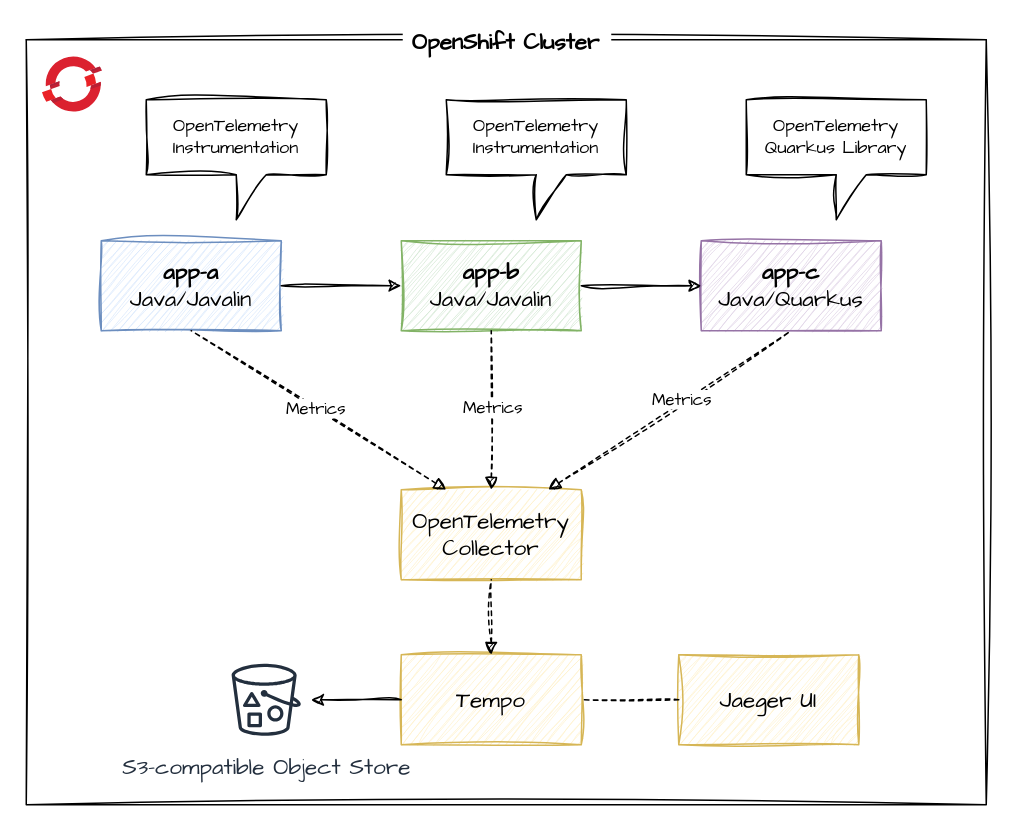
Earlier version of the draw.io diagram page "tempo-tracing-ui" (6 of 6) of presentation/draws.drawio (nikolaus-lemberski/distributed-tracing). Source tidied: cells renumbered, new cells numbered last; positions are measured from the earlier drawing's top-left corner, leaving out a move shared by most shapes. Both pictures are drawn from the tidied source at 150%, with x=0, y=0 at pixel (26, 39).
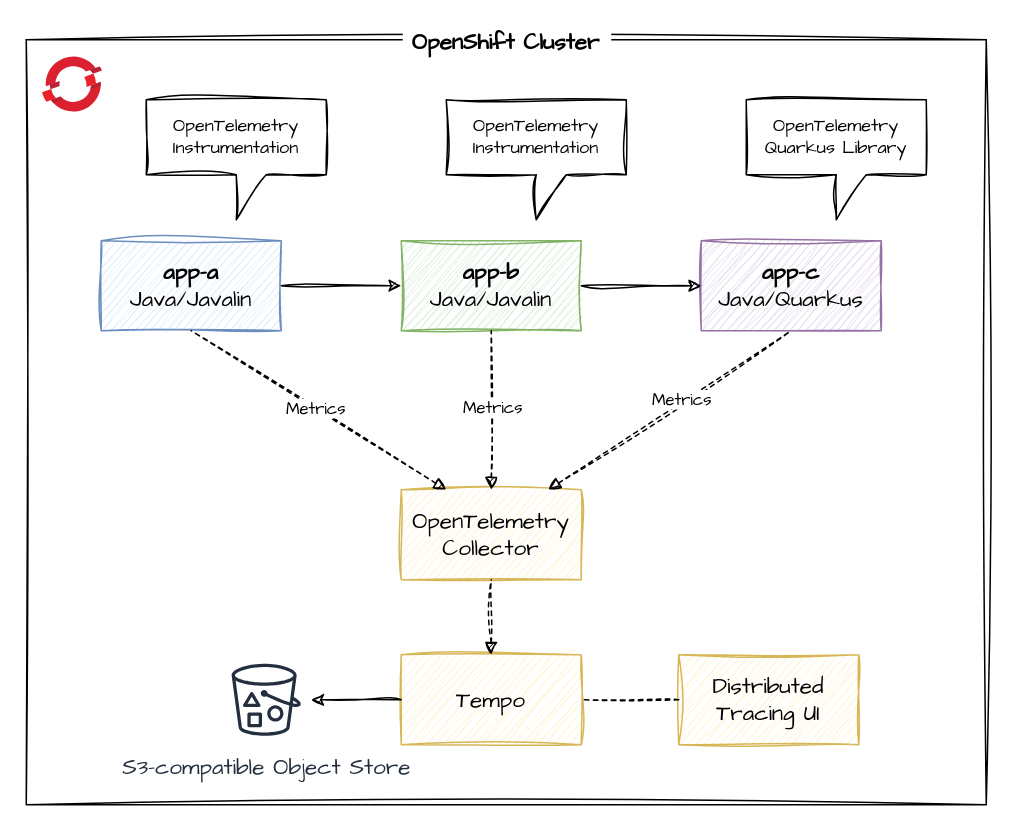
The same page after the edit.

Commit message (it also covers changes not shown here):
Jaeger -> Distributed Tracing UI

Diff of the diagram source:
```diff
@@
-    <mxCell id="16" value="Jaeger UI" style="rounded=0;whiteSpace=wrap;html=1;sketch=1;hachureGap=4;jiggle=2;curveFitting=1;fontFamily=Architects Daughter;fontSize=15;fillColor=#fff2cc;strokeColor=#d6b656;" parent="1" vertex="1">
+    <mxCell id="16" value="Distributed Tracing UI" style="rounded=0;whiteSpace=wrap;html=1;sketch=1;hachureGap=4;jiggle=2;curveFitting=1;fontFamily=Architects Daughter;fontSize=15;fillColor=#fff2cc;strokeColor=#d6b656;" parent="1" vertex="1">
       <mxGeometry x="435" y="410" width="120" height="60" as="geometry" />
     </mxCell>
```
